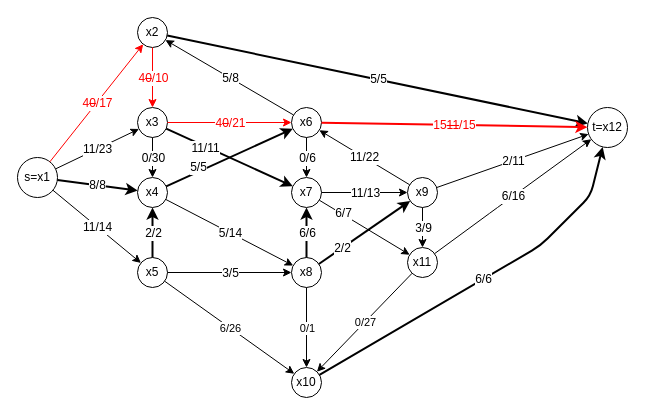
Earlier version of the draw.io diagram дискретка/work graph.drawio (Trickster2038/BmstuLabs4). Source tidied: cells renumbered, new cells numbered last; positions are measured from the earlier drawing's top-left corner, leaving out a move shared by most shapes. Both pictures are drawn from the tidied source at 100%, with x=0, y=0 at pixel (17, 17).
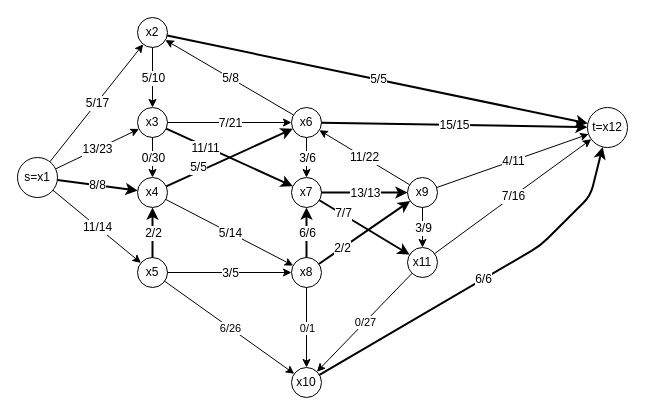
The same page after the edit.

The change refers to these unchanged cells:
```xml
<mxCell id="2" value="s=x1" style="ellipse;whiteSpace=wrap;html=1;fontSize=12;labelBackgroundColor=#ffffff;" parent="1" vertex="1">
  <mxGeometry y="140" width="40" height="40" as="geometry" />
</mxCell>
<mxCell id="3" value="x2" style="ellipse;whiteSpace=wrap;html=1;fontSize=12;labelBackgroundColor=#ffffff;" parent="1" vertex="1">
  <mxGeometry x="120" width="30" height="30" as="geometry" />
</mxCell>
<mxCell id="4" value="x3" style="ellipse;whiteSpace=wrap;html=1;fontSize=12;labelBackgroundColor=#ffffff;" parent="1" vertex="1">
  <mxGeometry x="120" y="90" width="30" height="30" as="geometry" />
</mxCell>
<mxCell id="9" style="endArrow=classic;html=1;fillColor=#f8cecc;fontSize=12;labelBackgroundColor=#ffffff;" parent="1" edge="1" source="2" target="4">
  <mxGeometry relative="1" as="geometry" />
</mxCell>
<mxCell id="17" value="t=x12" style="ellipse;whiteSpace=wrap;html=1;fontSize=12;" parent="1" vertex="1">
  <mxGeometry x="570" y="90" width="40" height="40" as="geometry" />
</mxCell>
<mxCell id="22" value="x6" style="ellipse;whiteSpace=wrap;html=1;fontSize=12;labelBackgroundColor=#ffffff;" parent="1" vertex="1">
  <mxGeometry x="274" y="90" width="30" height="30" as="geometry" />
</mxCell>
<mxCell id="25" value="x7" style="ellipse;whiteSpace=wrap;html=1;fontSize=12;labelBackgroundColor=#ffffff;" parent="1" vertex="1">
  <mxGeometry x="274" y="160" width="30" height="30" as="geometry" />
</mxCell>
<mxCell id="46" value="x9" style="ellipse;whiteSpace=wrap;html=1;fontSize=12;labelBackgroundColor=#ffffff;" parent="1" vertex="1">
  <mxGeometry x="390" y="160" width="30" height="30" as="geometry" />
</mxCell>
<mxCell id="49" value="x11" style="ellipse;whiteSpace=wrap;html=1;fontSize=12;labelBackgroundColor=#ffffff;" parent="1" vertex="1">
  <mxGeometry x="390" y="230" width="30" height="30" as="geometry" />
</mxCell>
<mxCell id="62" style="endArrow=classic;html=1;fontSize=12;labelBackgroundColor=#ffffff;" parent="1" edge="1" source="46" target="17">
  <mxGeometry relative="1" as="geometry" />
</mxCell>
<mxCell id="68" style="endArrow=classic;html=1;fontSize=12;labelBackgroundColor=#ffffff;" parent="1" edge="1" source="49" target="17">
  <mxGeometry relative="1" as="geometry">
    <Array as="points">
      <mxPoint x="480" y="190" />
    </Array>
  </mxGeometry>
</mxCell>
```

What changed in the source:
```diff
@@
-    <mxCell id="7" style="endArrow=classic;html=1;fontSize=12;labelBackgroundColor=#ffffff;strokeColor=#FF0000;" parent="1" edge="1" source="2" target="3">
+    <mxCell id="7" style="endArrow=classic;html=1;fontSize=12;labelBackgroundColor=#ffffff;" parent="1" edge="1" source="2" target="3">
       <mxGeometry relative="1" as="geometry" />
     </mxCell>
-    <mxCell id="8" value="4&lt;strike&gt;0&lt;/strike&gt;/17" style="edgeLabel;html=1;align=center;verticalAlign=middle;fontSize=12;labelBackgroundColor=#ffffff;fontColor=#FF0000;" parent="7" vertex="1">
+    <mxCell id="8" value="5/17" style="edgeLabel;html=1;align=center;verticalAlign=middle;fontSize=12;labelBackgroundColor=#ffffff;" parent="7" vertex="1">
       <mxGeometry relative="1" as="geometry" />
     </mxCell>
@@
-    <mxCell id="10" value="11/23" style="edgeLabel;html=1;align=center;verticalAlign=middle;fontSize=12;labelBackgroundColor=#ffffff;" parent="9" vertex="1">
+    <mxCell id="10" value="13/23" style="edgeLabel;html=1;align=center;verticalAlign=middle;fontSize=12;labelBackgroundColor=#ffffff;" parent="9" vertex="1">
       <mxGeometry relative="1" as="geometry" />
     </mxCell>
@@
-    <mxCell id="15" style="endArrow=classic;html=1;fontSize=12;labelBackgroundColor=#ffffff;strokeColor=#FF0000;" parent="1" edge="1" source="3" target="4">
+    <mxCell id="15" style="endArrow=classic;html=1;fontSize=12;labelBackgroundColor=#ffffff;" parent="1" edge="1" source="3" target="4">
       <mxGeometry relative="1" as="geometry" />
     </mxCell>
-    <mxCell id="16" value="4&lt;strike&gt;0&lt;/strike&gt;/10" style="edgeLabel;html=1;align=center;verticalAlign=middle;fontSize=12;labelBackgroundColor=#ffffff;fontColor=#FF0000;" parent="15" vertex="1">
+    <mxCell id="16" value="5/10" style="edgeLabel;html=1;align=center;verticalAlign=middle;fontSize=12;labelBackgroundColor=#ffffff;" parent="15" vertex="1">
       <mxGeometry relative="1" as="geometry" />
     </mxCell>
@@
-    <mxCell id="23" style="endArrow=classic;html=1;fillColor=#dae8fc;fontSize=12;labelBackgroundColor=#ffffff;strokeColor=#FF0000;" parent="1" edge="1" source="4" target="22">
+    <mxCell id="23" style="endArrow=classic;html=1;fillColor=#dae8fc;fontSize=12;labelBackgroundColor=#ffffff;" parent="1" edge="1" source="4" target="22">
       <mxGeometry relative="1" as="geometry" />
     </mxCell>
-    <mxCell id="24" value="4&lt;strike&gt;0&lt;/strike&gt;/21" style="edgeLabel;html=1;align=center;verticalAlign=middle;fontSize=12;labelBackgroundColor=#ffffff;fontColor=#FF0000;" parent="23" vertex="1">
+    <mxCell id="24" value="7/21" style="edgeLabel;html=1;align=center;verticalAlign=middle;fontSize=12;labelBackgroundColor=#ffffff;" parent="23" vertex="1">
       <mxGeometry relative="1" as="geometry" />
     </mxCell>
@@
-    <mxCell id="42" style="endArrow=classic;html=1;strokeColor=#000000;fontSize=12;labelBackgroundColor=#ffffff;" parent="1" edge="1" source="22" target="25">
+    <mxCell id="42" style="endArrow=classic;html=1;fontSize=12;labelBackgroundColor=#ffffff;" parent="1" edge="1" source="22" target="25">
       <mxGeometry relative="1" as="geometry" />
     </mxCell>
-    <mxCell id="43" value="0/6" style="edgeLabel;html=1;align=center;verticalAlign=middle;fontSize=12;labelBackgroundColor=#ffffff;" parent="42" vertex="1">
+    <mxCell id="43" value="3/6" style="edgeLabel;html=1;align=center;verticalAlign=middle;fontSize=12;labelBackgroundColor=#ffffff;" parent="42" vertex="1">
       <mxGeometry relative="1" as="geometry" />
     </mxCell>
-    <mxCell id="44" style="endArrow=classic;html=1;fontSize=12;labelBackgroundColor=#ffffff;strokeColor=#FF0000;strokeWidth=2;" parent="1" edge="1" source="22" target="17">
+    <mxCell id="44" style="endArrow=classic;html=1;fontSize=12;labelBackgroundColor=#ffffff;strokeWidth=2;" parent="1" edge="1" source="22" target="17">
       <mxGeometry relative="1" as="geometry" />
     </mxCell>
-    <mxCell id="45" value="15&lt;strike&gt;11&lt;/strike&gt;/15" style="edgeLabel;html=1;align=center;verticalAlign=middle;fontSize=12;labelBackgroundColor=#ffffff;fontColor=#FF0000;" parent="44" vertex="1">
+    <mxCell id="45" value="15/15" style="edgeLabel;html=1;align=center;verticalAlign=middle;fontSize=12;labelBackgroundColor=#ffffff;" parent="44" vertex="1">
       <mxGeometry relative="1" as="geometry" />
     </mxCell>
@@
-    <mxCell id="47" style="endArrow=classic;html=1;fontSize=12;labelBackgroundColor=#ffffff;" parent="1" edge="1" source="25" target="46">
+    <mxCell id="47" style="endArrow=classic;html=1;fontSize=12;labelBackgroundColor=#ffffff;strokeWidth=2;" parent="1" edge="1" source="25" target="46">
       <mxGeometry relative="1" as="geometry" />
     </mxCell>
-    <mxCell id="48" value="11/13" style="edgeLabel;html=1;align=center;verticalAlign=middle;fontSize=12;labelBackgroundColor=#ffffff;" parent="47" vertex="1">
+    <mxCell id="48" value="13/13" style="edgeLabel;html=1;align=center;verticalAlign=middle;fontSize=12;labelBackgroundColor=#ffffff;" parent="47" vertex="1">
       <mxGeometry relative="1" as="geometry" />
     </mxCell>
@@
-    <mxCell id="50" style="endArrow=classic;html=1;fontSize=12;labelBackgroundColor=#ffffff;" parent="1" edge="1" source="25" target="49">
+    <mxCell id="50" style="endArrow=classic;html=1;fontSize=12;labelBackgroundColor=#ffffff;strokeWidth=2;" parent="1" edge="1" source="25" target="49">
       <mxGeometry relative="1" as="geometry" />
     </mxCell>
-    <mxCell id="51" value="&lt;font&gt;6/7&lt;/font&gt;" style="edgeLabel;html=1;align=center;verticalAlign=middle;fontSize=12;labelBackgroundColor=#ffffff;" parent="50" vertex="1">
+    <mxCell id="51" value="&lt;font&gt;7/7&lt;/font&gt;" style="edgeLabel;html=1;align=center;verticalAlign=middle;fontSize=12;labelBackgroundColor=#ffffff;" parent="50" vertex="1">
       <mxGeometry relative="1" as="geometry">
         <mxPoint x="-21.9" y="-14.9" as="offset" />
       </mxGeometry>
     </mxCell>
@@
-    <mxCell id="63" value="2/11" style="edgeLabel;html=1;align=center;verticalAlign=middle;fontSize=12;labelBackgroundColor=#ffffff;" parent="62" vertex="1">
+    <mxCell id="63" value="4/11" style="edgeLabel;html=1;align=center;verticalAlign=middle;fontSize=12;labelBackgroundColor=#ffffff;" parent="62" vertex="1">
       <mxGeometry relative="1" as="geometry" />
     </mxCell>
@@
-    <mxCell id="69" value="&lt;font&gt;6/16&lt;/font&gt;" style="edgeLabel;html=1;align=center;verticalAlign=middle;fontSize=12;labelBackgroundColor=#ffffff;" parent="68" vertex="1">
+    <mxCell id="69" value="&lt;font&gt;7/16&lt;/font&gt;" style="edgeLabel;html=1;align=center;verticalAlign=middle;fontSize=12;labelBackgroundColor=#ffffff;" parent="68" vertex="1">
       <mxGeometry relative="1" as="geometry" />
     </mxCell>
```
